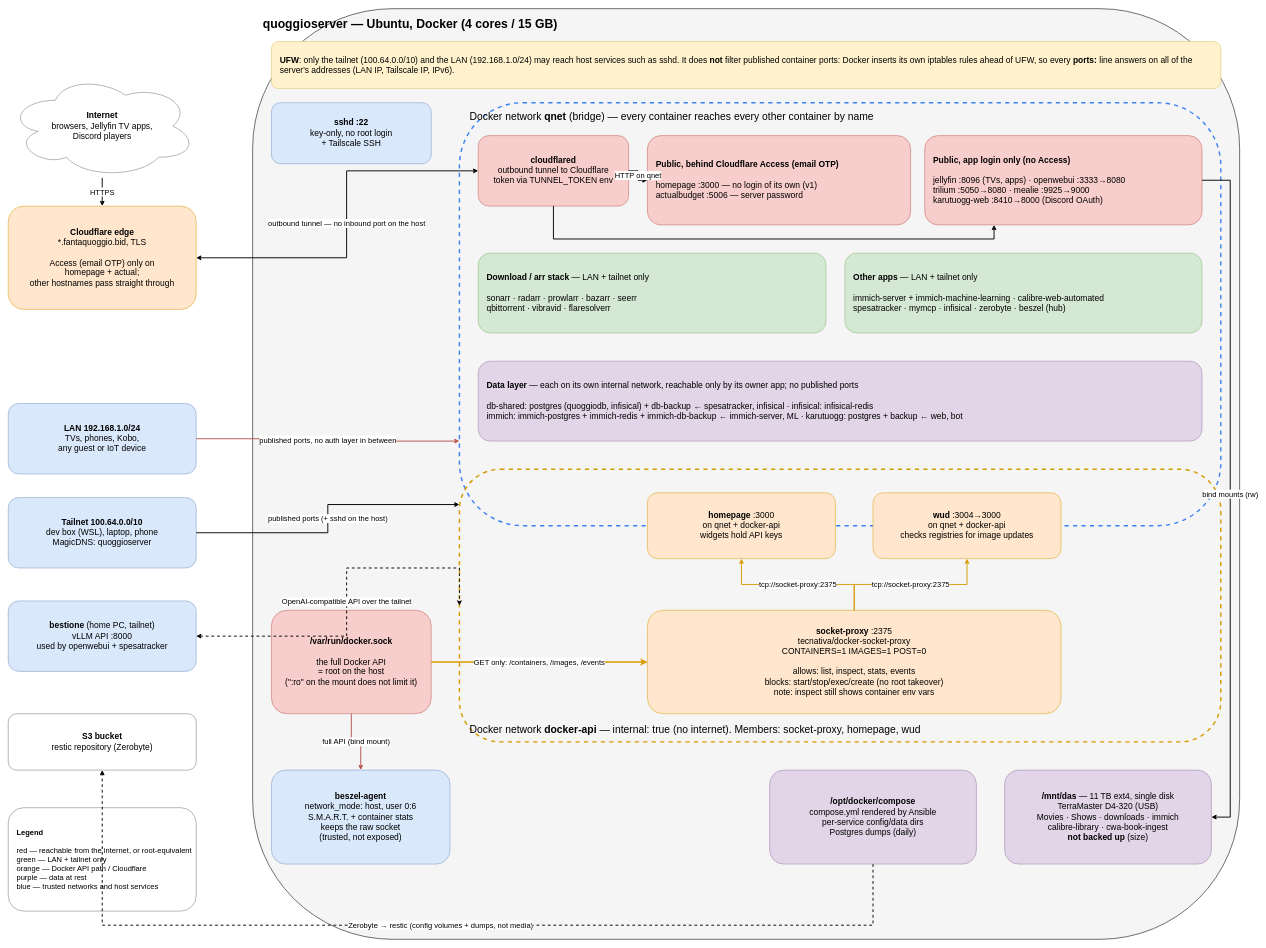
This is docs/architecture.drawio from chquaggio/homeserver, a draw.io file, before an edit. Source tidied: cells renumbered, new cells numbered last; positions are measured from the earlier drawing's top-left corner, leaving out a move shared by most shapes. Both pictures are drawn from the tidied source at 47%, with x=0, y=0 at pixel (8, 8).
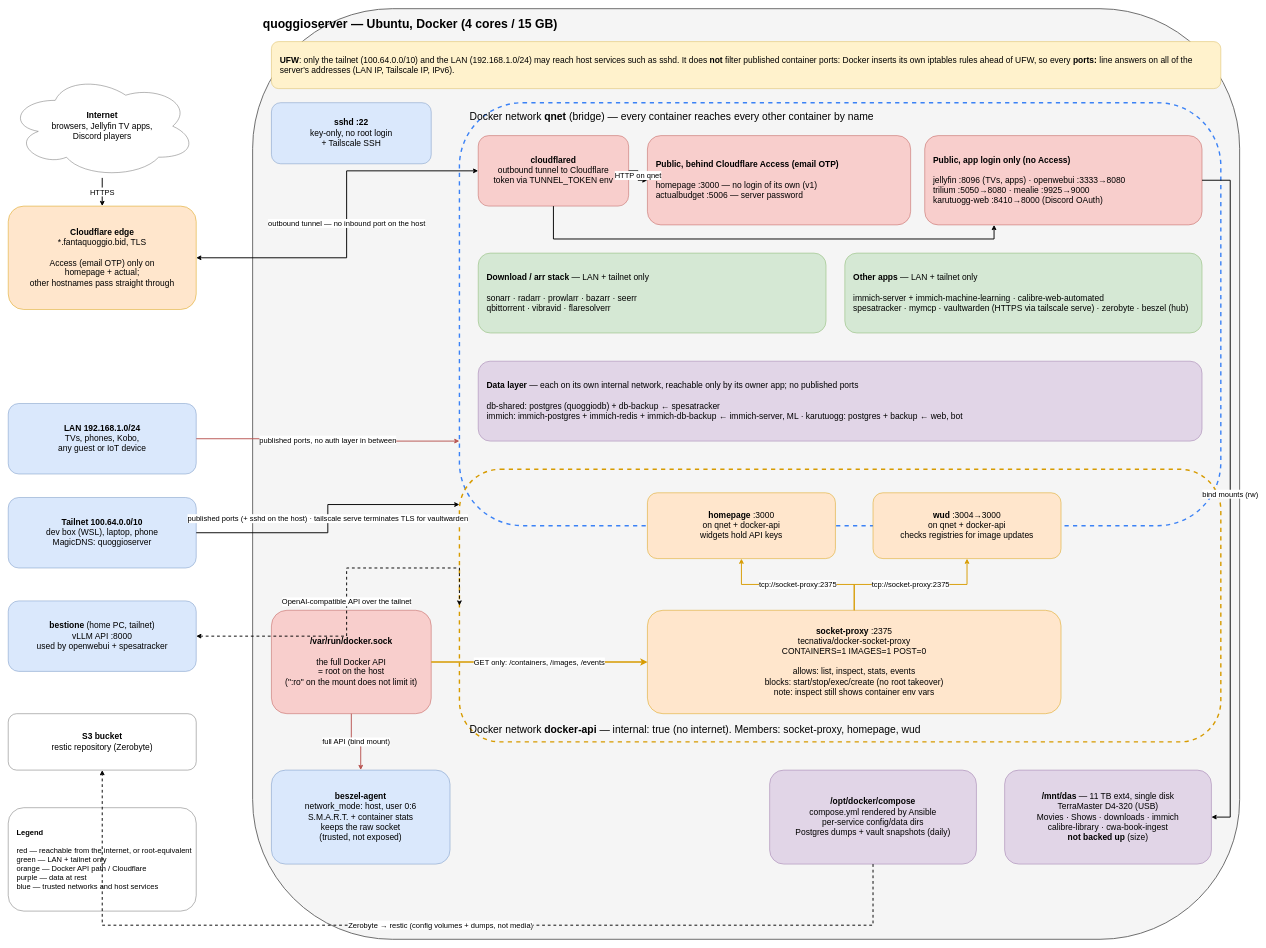
After the change.

Commit message (it also covers changes not shown here):
feat(containers): replace Infisical with Vaultwarden

Unchanged cells that the change refers to:
```xml
<mxCell id="5" value="Docker network &lt;b&gt;qnet&lt;/b&gt; (bridge) — every container reaches every other container by name" style="rounded=1;whiteSpace=wrap;html=1;fillColor=none;strokeColor=#3b82f6;strokeWidth=3;dashed=1;fontSize=22;verticalAlign=top;align=left;spacingLeft=20;spacingTop=10;" parent="1" vertex="1">
  <mxGeometry x="960" y="200" width="1620" height="900" as="geometry" />
</mxCell>
<mxCell id="23" value="&lt;b&gt;Tailnet 100.64.0.0/10&lt;/b&gt;&lt;br&gt;dev box (WSL), laptop, phone&lt;br&gt;MagicDNS: quoggioserver" style="rounded=1;whiteSpace=wrap;html=1;fillColor=#dae8fc;strokeColor=#6c8ebf;fontSize=18;" parent="1" vertex="1">
  <mxGeometry y="1040" width="400" height="150" as="geometry" />
</mxCell>
```

What changed in the source:
```diff
@@
-    <mxCell id="11" value="&lt;b&gt;Other apps&lt;/b&gt; — LAN + tailnet only&lt;br&gt;&lt;br&gt;immich-server + immich-machine-learning · calibre-web-automated&lt;br&gt;spesatracker · mymcp · infisical · zerobyte · beszel (hub)" style="rounded=1;whiteSpace=wrap;html=1;fillColor=#d5e8d4;strokeColor=#82b366;fontSize=18;align=left;spacingLeft=16;" parent="1" vertex="1">
+    <mxCell id="11" value="&lt;b&gt;Other apps&lt;/b&gt; — LAN + tailnet only&lt;br&gt;&lt;br&gt;immich-server + immich-machine-learning · calibre-web-automated&lt;br&gt;spesatracker · mymcp · vaultwarden (HTTPS via tailscale serve) · zerobyte · beszel (hub)" style="rounded=1;whiteSpace=wrap;html=1;fillColor=#d5e8d4;strokeColor=#82b366;fontSize=18;align=left;spacingLeft=16;" parent="1" vertex="1">
       <mxGeometry x="1780" y="520" width="760" height="170" as="geometry" />
     </mxCell>
-    <mxCell id="12" value="&lt;b&gt;Data layer&lt;/b&gt; — each on its own internal network, reachable only by its owner app; no published ports&lt;br&gt;&lt;br&gt;db-shared: postgres (quoggiodb, infisical) + db-backup ← spesatracker, infisical · infisical: infisical-redis&lt;br&gt;immich: immich-postgres + immich-redis + immich-db-backup ← immich-server, ML · karutuogg: postgres + backup ← web, bot" style="rounded=1;whiteSpace=wrap;html=1;fillColor=#e1d5e7;strokeColor=#9673a6;fontSize=18;align=left;spacingLeft=16;" parent="1" vertex="1">
+    <mxCell id="12" value="&lt;b&gt;Data layer&lt;/b&gt; — each on its own internal network, reachable only by its owner app; no published ports&lt;br&gt;&lt;br&gt;db-shared: postgres (quoggiodb) + db-backup ← spesatracker&lt;br&gt;immich: immich-postgres + immich-redis + immich-db-backup ← immich-server, ML · karutuogg: postgres + backup ← web, bot" style="rounded=1;whiteSpace=wrap;html=1;fillColor=#e1d5e7;strokeColor=#9673a6;fontSize=18;align=left;spacingLeft=16;" parent="1" vertex="1">
       <mxGeometry x="1000" y="750" width="1540" height="170" as="geometry" />
     </mxCell>
@@
-    <mxCell id="18" value="&lt;b&gt;/opt/docker/compose&lt;/b&gt;&lt;br&gt;compose.yml rendered by Ansible&lt;br&gt;per-service config/data dirs&lt;br&gt;Postgres dumps (daily)" style="rounded=1;whiteSpace=wrap;html=1;fillColor=#e1d5e7;strokeColor=#9673a6;fontSize=18;" parent="1" vertex="1">
+    <mxCell id="18" value="&lt;b&gt;/opt/docker/compose&lt;/b&gt;&lt;br&gt;compose.yml rendered by Ansible&lt;br&gt;per-service config/data dirs&lt;br&gt;Postgres dumps + vault snapshots (daily)" style="rounded=1;whiteSpace=wrap;html=1;fillColor=#e1d5e7;strokeColor=#9673a6;fontSize=18;" parent="1" vertex="1">
       <mxGeometry x="1620" y="1620" width="440" height="200" as="geometry" />
     </mxCell>
@@
-    <mxCell id="32" value="published ports (+ sshd on the host)" style="edgeStyle=orthogonalEdgeStyle;rounded=0;html=1;fontSize=16;strokeWidth=2;endArrow=classic;entryX=0;entryY=0.95;entryDx=0;entryDy=0;" parent="1" edge="1" source="23" target="5">
+    <mxCell id="32" value="published ports (+ sshd on the host) · tailscale serve terminates TLS for vaultwarden" style="edgeStyle=orthogonalEdgeStyle;rounded=0;html=1;fontSize=16;strokeWidth=2;endArrow=classic;entryX=0;entryY=0.95;entryDx=0;entryDy=0;" parent="1" edge="1" source="23" target="5">
       <mxGeometry relative="1" as="geometry" />
     </mxCell>
```
